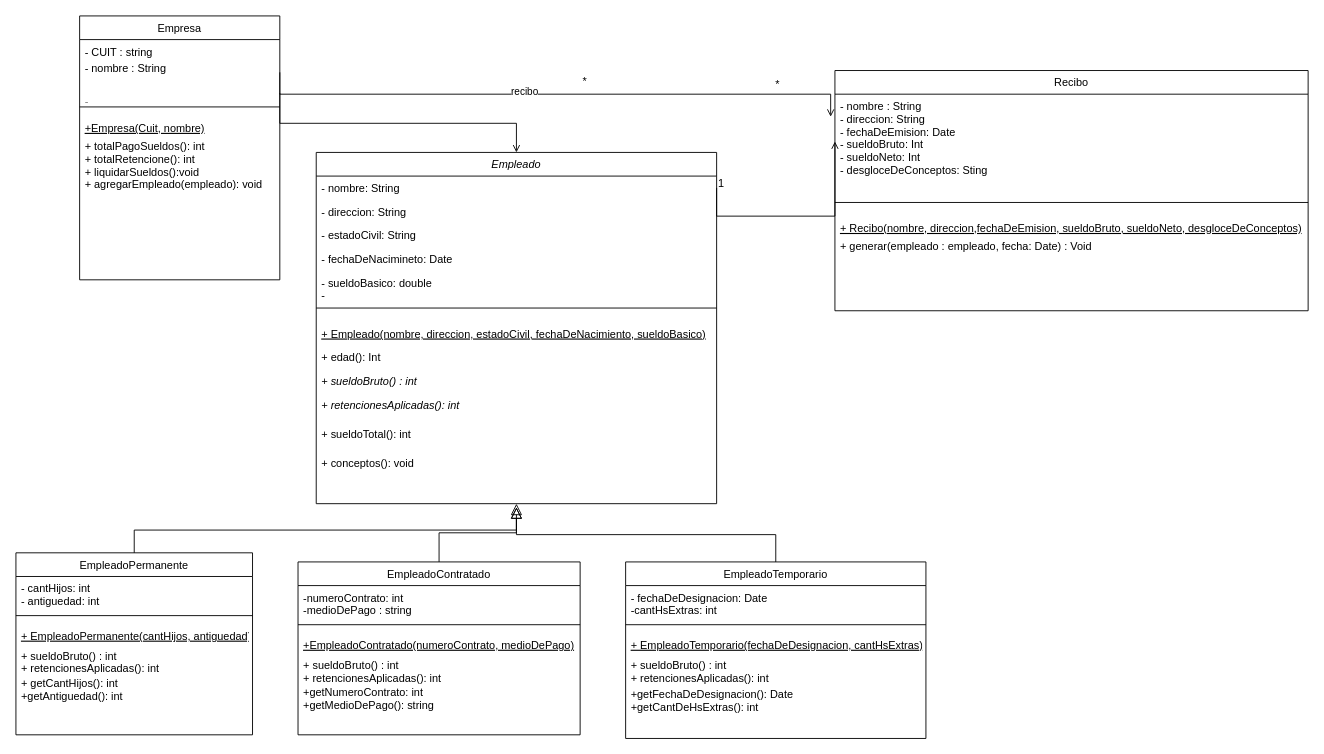
This is src/ar/edu/unq/po2/tp2/Tp UML obj2 Ejercicio 1 Fixed.drawio from LautaroVildoza/unqui-po2-vildoza, a draw.io file, before an edit. Source tidied: cells renumbered, new cells numbered last; positions are measured from the earlier drawing's top-left corner, leaving out a move shared by most shapes. Both pictures are drawn from the tidied source at 91%, with x=0, y=0 at pixel (15, 15).
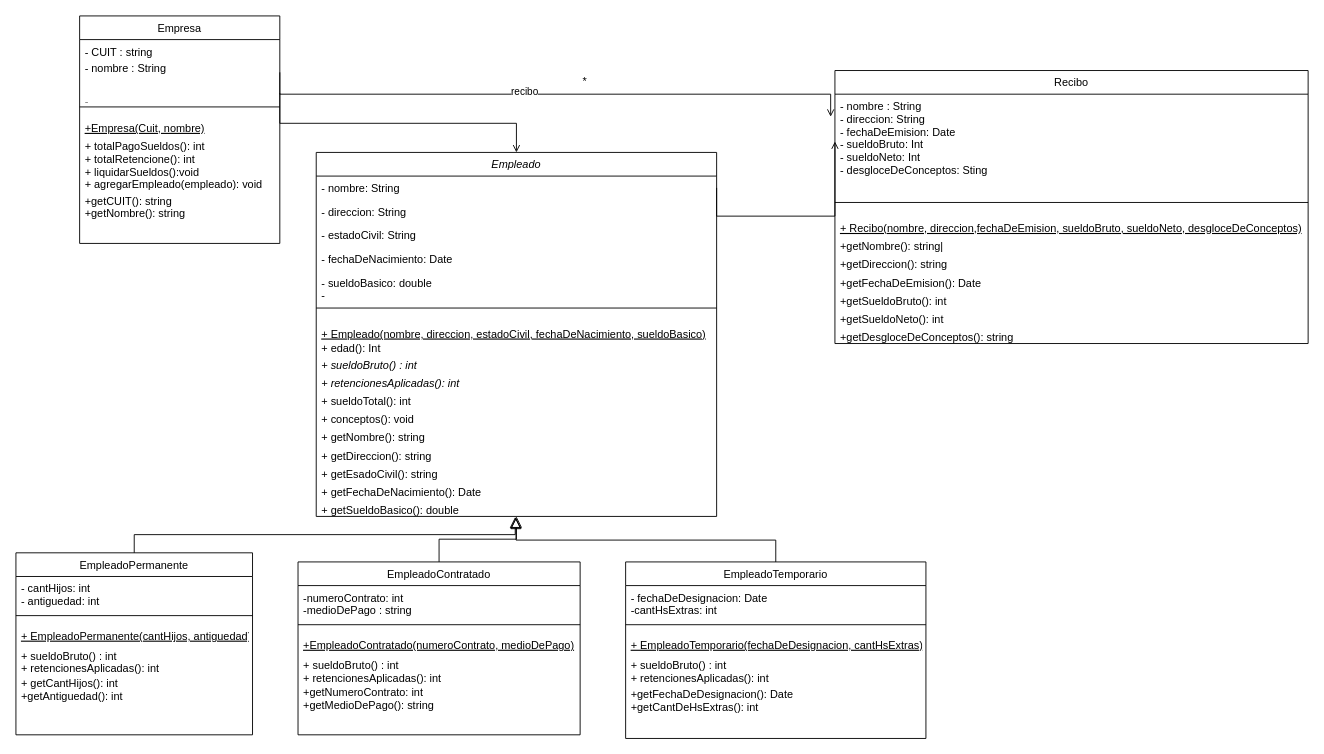
After the change.

The change refers to these unchanged cells:
```xml
<mxCell id="9" value="EmpleadoPermanente" style="swimlane;fontStyle=0;align=center;verticalAlign=top;horizontal=1;startSize=26;rounded=0;shadow=0;strokeWidth=1;" parent="1" vertex="1">
  <mxGeometry y="590" width="260" height="200" as="geometry" />
</mxCell>
<mxCell id="16" value="EmpleadoTemporario" style="swimlane;fontStyle=0;align=center;verticalAlign=top;horizontal=1;startSize=26;rounded=0;shadow=0;strokeWidth=1;" parent="1" vertex="1">
  <mxGeometry x="670" y="600" width="330" height="194" as="geometry" />
</mxCell>
<mxCell id="49" style="endArrow=open;shadow=0;strokeWidth=1;rounded=0;curved=0;endFill=1;edgeStyle=elbowEdgeStyle;elbow=vertical;exitX=1;exitY=0.5;exitDx=0;exitDy=0;entryX=0;entryY=0.5;entryDx=0;entryDy=0;" parent="1" edge="1" source="24" target="45">
  <mxGeometry x="0.5" y="41" relative="1" as="geometry">
    <Array as="points">
      <mxPoint x="850" y="220" />
    </Array>
    <mxPoint x="-40" y="32" as="offset" />
  </mxGeometry>
</mxCell>
```

Change to the diagram source:
```diff
@@
     <mxCell id="2" value="Empresa" style="swimlane;fontStyle=0;align=center;verticalAlign=top;horizontal=1;startSize=26;rounded=0;shadow=0;strokeWidth=1;" parent="1" vertex="1">
-      <mxGeometry x="70" width="220" height="290" as="geometry" />
+      <mxGeometry x="70" width="220" height="250" as="geometry" />
     </mxCell>
@@
+    <mxCell id="55" value="+getCUIT(): string&#10;+getNombre(): string" style="text;align=left;verticalAlign=top;spacingLeft=4;spacingRight=4;overflow=hidden;" parent="2" vertex="1">
+      <mxGeometry y="190" width="220" height="30" as="geometry" />
+    </mxCell>
@@
-    <mxCell id="15" style="endArrow=block;endSize=10;endFill=0;shadow=0;strokeWidth=1;rounded=0;curved=0;edgeStyle=elbowEdgeStyle;elbow=vertical;" parent="1" edge="1" source="9">
-      <mxGeometry relative="1" as="geometry">
-        <mxPoint x="550" y="540" as="targetPoint" />
-      </mxGeometry>
+    <mxCell id="15" style="endArrow=block;endSize=10;endFill=0;shadow=0;strokeWidth=1;rounded=0;curved=0;edgeStyle=elbowEdgeStyle;elbow=vertical;entryX=0.497;entryY=1.025;entryDx=0;entryDy=0;entryPerimeter=0;" parent="1" edge="1" source="9" target="60">
+      <mxGeometry relative="1" as="geometry" />
     </mxCell>
@@
-    <mxCell id="22" style="endArrow=block;endSize=10;endFill=0;shadow=0;strokeWidth=1;rounded=0;curved=0;edgeStyle=elbowEdgeStyle;elbow=vertical;exitX=0.5;exitY=0;exitDx=0;exitDy=0;" parent="1" edge="1" source="16">
-      <mxGeometry relative="1" as="geometry">
-        <mxPoint x="550" y="540" as="targetPoint" />
-      </mxGeometry>
+    <mxCell id="22" style="endArrow=block;endSize=10;endFill=0;shadow=0;strokeWidth=1;rounded=0;curved=0;edgeStyle=elbowEdgeStyle;elbow=vertical;exitX=0.5;exitY=0;exitDx=0;exitDy=0;entryX=0.499;entryY=1.067;entryDx=0;entryDy=0;entryPerimeter=0;" parent="1" edge="1" source="16" target="60">
+      <mxGeometry relative="1" as="geometry" />
     </mxCell>
     <mxCell id="23" value="Empleado" style="swimlane;fontStyle=2;align=center;verticalAlign=top;horizontal=1;startSize=26;rounded=0;shadow=0;strokeWidth=1;" parent="1" vertex="1">
-      <mxGeometry x="330" y="150" width="440" height="386" as="geometry" />
+      <mxGeometry x="330" y="150" width="440" height="400" as="geometry" />
     </mxCell>
@@
-    <mxCell id="27" value="- fechaDeNacimineto: Date" style="text;align=left;verticalAlign=top;spacingLeft=4;spacingRight=4;overflow=hidden;rounded=0;shadow=0;html=0;" parent="23" vertex="1">
+    <mxCell id="27" value="- fechaDeNacimiento: Date" style="text;align=left;verticalAlign=top;spacingLeft=4;spacingRight=4;overflow=hidden;rounded=0;shadow=0;html=0;" parent="23" vertex="1">
       <mxGeometry y="104" width="440" height="26" as="geometry" />
     </mxCell>
@@
     <mxCell id="30" value="+ Empleado(nombre, direccion, estadoCivil, fechaDeNacimiento, sueldoBasico)" style="text;align=left;verticalAlign=top;spacingLeft=4;spacingRight=4;overflow=hidden;fontStyle=4;" parent="23" vertex="1">
-      <mxGeometry y="186" width="440" height="26" as="geometry" />
+      <mxGeometry y="186" width="440" height="16" as="geometry" />
     </mxCell>
     <mxCell id="31" value="+ edad(): Int" style="text;align=left;verticalAlign=top;spacingLeft=4;spacingRight=4;overflow=hidden;" parent="23" vertex="1">
-      <mxGeometry y="212" width="440" height="26" as="geometry" />
+      <mxGeometry y="202" width="440" height="18" as="geometry" />
     </mxCell>
     <mxCell id="32" value="+ sueldoBruto() : int" style="text;align=left;verticalAlign=top;spacingLeft=4;spacingRight=4;overflow=hidden;fontStyle=2;" parent="23" vertex="1">
-      <mxGeometry y="238" width="440" height="26" as="geometry" />
+      <mxGeometry y="220" width="440" height="20" as="geometry" />
     </mxCell>
     <mxCell id="33" value="+ retencionesAplicadas(): int&#10;&#10;" style="text;align=left;verticalAlign=top;spacingLeft=4;spacingRight=4;overflow=hidden;rounded=0;shadow=0;html=0;fontStyle=2;" parent="23" vertex="1">
-      <mxGeometry y="264" width="440" height="32" as="geometry" />
+      <mxGeometry y="240" width="440" height="20" as="geometry" />
     </mxCell>
     <mxCell id="34" value="+ sueldoTotal(): int" style="text;align=left;verticalAlign=top;spacingLeft=4;spacingRight=4;overflow=hidden;rounded=0;shadow=0;html=0;fontStyle=0;" parent="23" vertex="1">
-      <mxGeometry y="296" width="440" height="32" as="geometry" />
+      <mxGeometry y="260" width="440" height="20" as="geometry" />
     </mxCell>
     <mxCell id="35" value="+ conceptos(): void" style="text;align=left;verticalAlign=top;spacingLeft=4;spacingRight=4;overflow=hidden;rounded=0;shadow=0;html=0;fontStyle=0;" parent="23" vertex="1">
-      <mxGeometry y="328" width="440" height="32" as="geometry" />
+      <mxGeometry y="280" width="440" height="20" as="geometry" />
     </mxCell>
+    <mxCell id="56" value="+ getNombre(): string" style="text;align=left;verticalAlign=top;spacingLeft=4;spacingRight=4;overflow=hidden;rounded=0;shadow=0;html=0;fontStyle=0;" parent="23" vertex="1">
+      <mxGeometry y="300" width="440" height="20" as="geometry" />
+    </mxCell>
+    <mxCell id="57" value="+ getDireccion(): string" style="text;align=left;verticalAlign=top;spacingLeft=4;spacingRight=4;overflow=hidden;rounded=0;shadow=0;html=0;fontStyle=0;" parent="23" vertex="1">
+      <mxGeometry y="320" width="440" height="20" as="geometry" />
+    </mxCell>
+    <mxCell id="58" value="+ getEsadoCivil(): string" style="text;align=left;verticalAlign=top;spacingLeft=4;spacingRight=4;overflow=hidden;rounded=0;shadow=0;html=0;fontStyle=0;" parent="23" vertex="1">
+      <mxGeometry y="340" width="440" height="20" as="geometry" />
+    </mxCell>
+    <mxCell id="59" value="+ getFechaDeNacimiento(): Date" style="text;align=left;verticalAlign=top;spacingLeft=4;spacingRight=4;overflow=hidden;rounded=0;shadow=0;html=0;fontStyle=0;" parent="23" vertex="1">
+      <mxGeometry y="360" width="440" height="20" as="geometry" />
+    </mxCell>
+    <mxCell id="60" value="+ getSueldoBasico(): double" style="text;align=left;verticalAlign=top;spacingLeft=4;spacingRight=4;overflow=hidden;points=[[0,0.5],[1,0.5]];portConstraint=eastwest;rounded=0;shadow=0;html=0;fontStyle=0;" parent="23" vertex="1">
+      <mxGeometry y="380" width="440" height="20" as="geometry" />
+    </mxCell>
@@
     <mxCell id="44" value="Recibo" style="swimlane;fontStyle=0;align=center;verticalAlign=top;horizontal=1;startSize=26;rounded=0;shadow=0;strokeWidth=1;" parent="1" vertex="1">
-      <mxGeometry x="900" y="60" width="520" height="264" as="geometry" />
+      <mxGeometry x="900" y="60" width="520" height="300" as="geometry" />
     </mxCell>
@@
-    <mxCell id="48" value="+ generar(empleado : empleado, fecha: Date) : Void" style="text;align=left;verticalAlign=top;spacingLeft=4;spacingRight=4;overflow=hidden;" parent="44" vertex="1">
-      <mxGeometry y="180" width="520" height="52" as="geometry" />
+    <mxCell id="48" value="+getNombre(): string|" style="text;align=left;verticalAlign=top;spacingLeft=4;spacingRight=4;overflow=hidden;" parent="44" vertex="1">
+      <mxGeometry y="180" width="520" height="20" as="geometry" />
     </mxCell>
+    <mxCell id="61" value="+getDireccion(): string" style="text;align=left;verticalAlign=top;spacingLeft=4;spacingRight=4;overflow=hidden;" parent="44" vertex="1">
+      <mxGeometry y="200" width="520" height="20" as="geometry" />
+    </mxCell>
+    <mxCell id="62" value="+getFechaDeEmision(): Date" style="text;align=left;verticalAlign=top;spacingLeft=4;spacingRight=4;overflow=hidden;" parent="44" vertex="1">
+      <mxGeometry y="220" width="520" height="20" as="geometry" />
+    </mxCell>
+    <mxCell id="63" value="+getSueldoBruto(): int" style="text;align=left;verticalAlign=top;spacingLeft=4;spacingRight=4;overflow=hidden;" parent="44" vertex="1">
+      <mxGeometry y="240" width="520" height="20" as="geometry" />
+    </mxCell>
+    <mxCell id="64" value="+getSueldoNeto(): int" style="text;align=left;verticalAlign=top;spacingLeft=4;spacingRight=4;overflow=hidden;" parent="44" vertex="1">
+      <mxGeometry y="260" width="520" height="20" as="geometry" />
+    </mxCell>
+    <mxCell id="65" value="+getDesgloceDeConceptos(): string" style="text;align=left;verticalAlign=top;spacingLeft=4;spacingRight=4;overflow=hidden;" parent="44" vertex="1">
+      <mxGeometry y="280" width="520" height="20" as="geometry" />
+    </mxCell>
@@
-    <mxCell id="50" value="1" style="align=left;verticalAlign=bottom;labelBackgroundColor=none;fontSize=12;" parent="49" vertex="1">
-      <mxGeometry x="-1" relative="1" as="geometry">
-        <mxPoint y="4" as="offset" />
-      </mxGeometry>
-    </mxCell>
-    <mxCell id="51" value="*" style="align=left;verticalAlign=bottom;labelBackgroundColor=none;fontSize=12;" parent="49" vertex="1">
-      <mxGeometry x="-1" relative="1" as="geometry">
-        <mxPoint x="63" y="-105" as="offset" />
-      </mxGeometry>
-    </mxCell>
```
